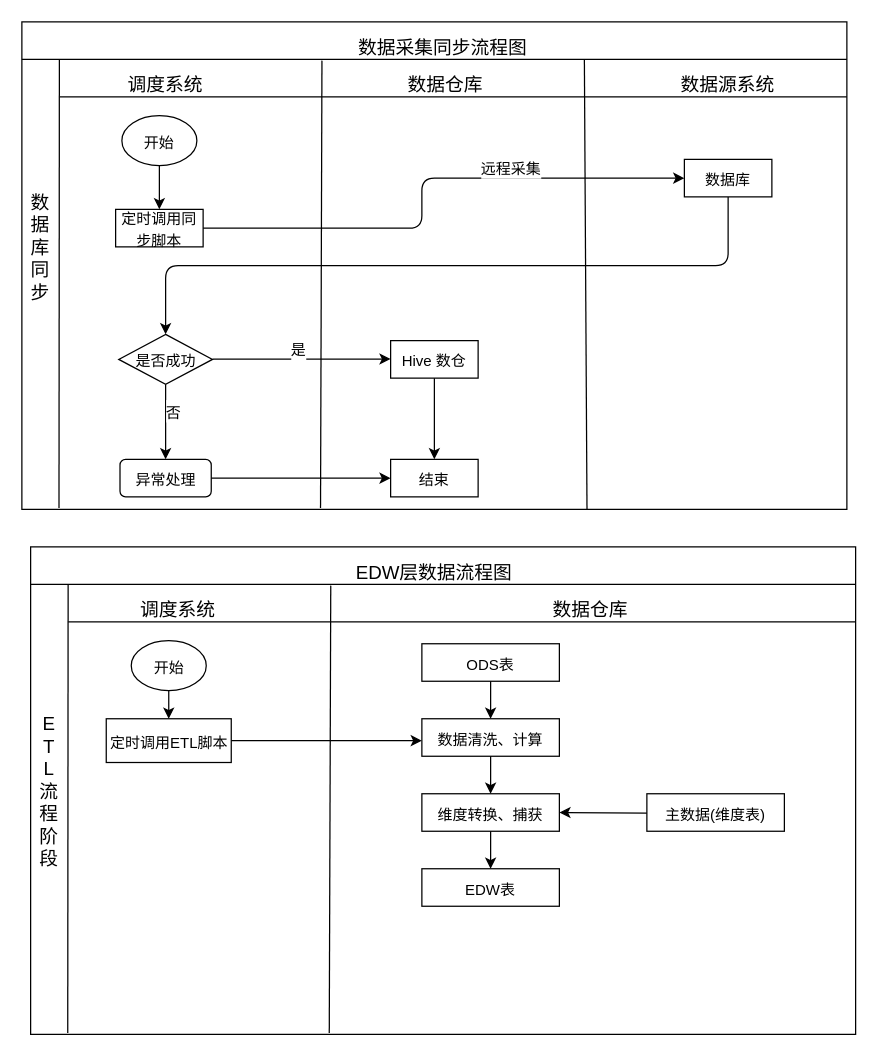
This is ods采集.drawio from 7970691/diagrams, a draw.io file, before an edit. Source tidied: cells renumbered, new cells numbered last; positions are measured from the earlier drawing's top-left corner, leaving out a move shared by most shapes. Both pictures are drawn from the tidied source at 125%, with x=0, y=0 at pixel (21, 21).
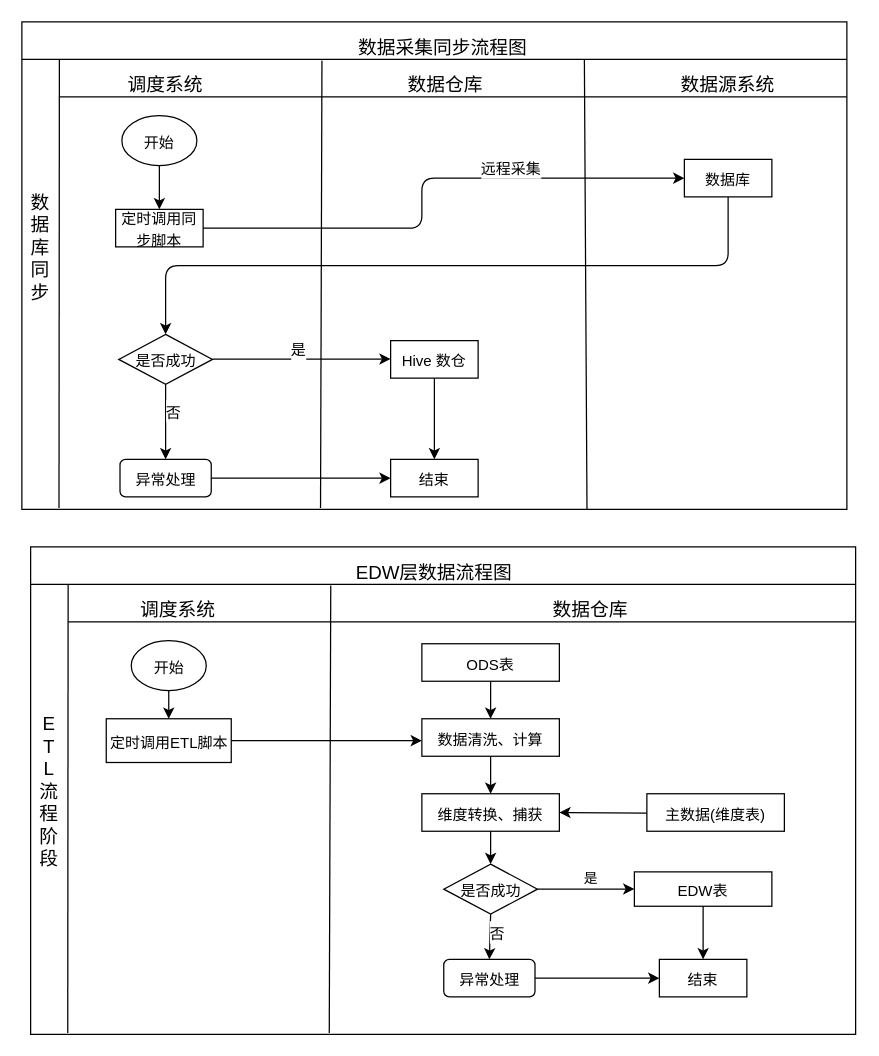
After the change.

The change refers to these unchanged cells:
```xml
<mxCell id="46" value="&lt;font style=&quot;font-size: 12px&quot;&gt;维度转换、捕获&lt;/font&gt;" style="rounded=0;whiteSpace=wrap;html=1;strokeWidth=1;fillColor=none;fontSize=15;" parent="1" vertex="1">
  <mxGeometry x="320" y="617.5" width="110" height="30" as="geometry" />
</mxCell>
```

What changed in the source:
```diff
@@
     <mxCell id="50" value="&lt;font style=&quot;font-size: 12px&quot;&gt;EDW表&lt;/font&gt;" style="rounded=0;whiteSpace=wrap;html=1;strokeWidth=1;fillColor=none;fontSize=15;" parent="1" vertex="1">
-      <mxGeometry x="320" y="677.5" width="110" height="30" as="geometry" />
+      <mxGeometry x="490" y="680" width="110" height="27.5" as="geometry" />
     </mxCell>
-    <mxCell id="51" style="endArrow=classic;html=1;entryX=0.5;entryY=0;entryDx=0;entryDy=0;exitX=0.5;exitY=1;exitDx=0;exitDy=0;" parent="1" edge="1" target="50">
-      <mxGeometry relative="1" as="geometry">
-        <mxPoint x="375" y="647.5" as="sourcePoint" />
-      </mxGeometry>
-    </mxCell>
+    <mxCell id="52" value="&lt;font style=&quot;font-size: 12px&quot;&gt;是否成功&lt;/font&gt;" style="rhombus;whiteSpace=wrap;html=1;strokeWidth=1;fillColor=none;fontSize=15;" parent="1" vertex="1">
+      <mxGeometry x="337.5" y="673.8" width="75" height="40" as="geometry" />
+    </mxCell>
+    <mxCell id="53" style="endArrow=classic;html=1;fontSize=15;exitX=0.5;exitY=1;exitDx=0;exitDy=0;entryX=0.5;entryY=0;entryDx=0;entryDy=0;" parent="1" edge="1" source="52" target="55">
+      <mxGeometry relative="1" as="geometry" />
+    </mxCell>
+    <mxCell id="54" value="&lt;font style=&quot;font-size: 12px&quot;&gt;否&lt;/font&gt;" style="edgeLabel;html=1;align=center;verticalAlign=middle;fontSize=15;" parent="53" vertex="1">
+      <mxGeometry x="-0.47" y="1" relative="1" as="geometry">
+        <mxPoint x="4" y="4" as="offset" />
+      </mxGeometry>
+    </mxCell>
+    <mxCell id="55" value="&lt;font style=&quot;font-size: 12px&quot;&gt;异常处理&lt;/font&gt;" style="rounded=1;whiteSpace=wrap;html=1;strokeWidth=1;fillColor=none;fontSize=15;" parent="1" vertex="1">
+      <mxGeometry x="337.5" y="750" width="73" height="30" as="geometry" />
+    </mxCell>
+    <mxCell id="56" value="&lt;font style=&quot;font-size: 12px&quot;&gt;结束&lt;/font&gt;" style="rounded=0;whiteSpace=wrap;html=1;strokeWidth=1;fillColor=none;fontSize=15;" parent="1" vertex="1">
+      <mxGeometry x="510" y="750" width="70" height="30" as="geometry" />
+    </mxCell>
+    <mxCell id="57" style="endArrow=classic;html=1;entryX=0.5;entryY=0;entryDx=0;entryDy=0;exitX=0.5;exitY=1;exitDx=0;exitDy=0;" parent="1" edge="1" source="46" target="52">
+      <mxGeometry relative="1" as="geometry" />
+    </mxCell>
+    <mxCell id="58" style="endArrow=classic;html=1;exitX=1;exitY=0.5;exitDx=0;exitDy=0;entryX=0;entryY=0.5;entryDx=0;entryDy=0;" parent="1" edge="1" source="52" target="50">
+      <mxGeometry relative="1" as="geometry" />
+    </mxCell>
+    <mxCell id="59" value="是" style="edgeLabel;html=1;align=center;verticalAlign=middle;" parent="58" vertex="1">
+      <mxGeometry x="0.35" relative="1" as="geometry">
+        <mxPoint x="-9.5" y="-8.8" as="offset" />
+      </mxGeometry>
+    </mxCell>
+    <mxCell id="60" style="endArrow=classic;html=1;exitX=1;exitY=0.5;exitDx=0;exitDy=0;entryX=0;entryY=0.5;entryDx=0;entryDy=0;" parent="1" edge="1" source="55" target="56">
+      <mxGeometry relative="1" as="geometry" />
+    </mxCell>
+    <mxCell id="61" style="endArrow=classic;html=1;exitX=0.5;exitY=1;exitDx=0;exitDy=0;entryX=0.5;entryY=0;entryDx=0;entryDy=0;" parent="1" edge="1" source="50" target="56">
+      <mxGeometry relative="1" as="geometry" />
+    </mxCell>
```
